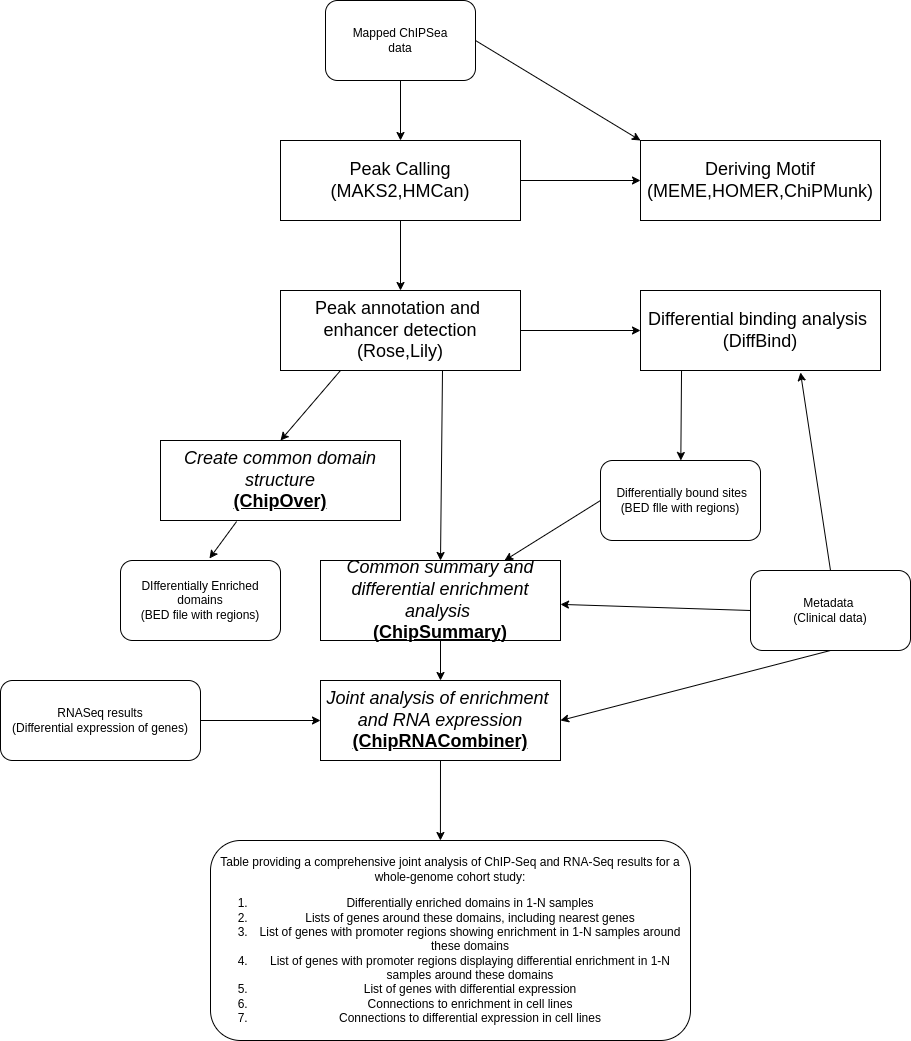
This is img/analysis_graph.png from l0andr/chipover, a draw.io export, as it was before one commit. Source tidied: cells renumbered, new cells last; positions are measured from the earlier drawing's top-left corner, leaving out a move shared by most shapes.
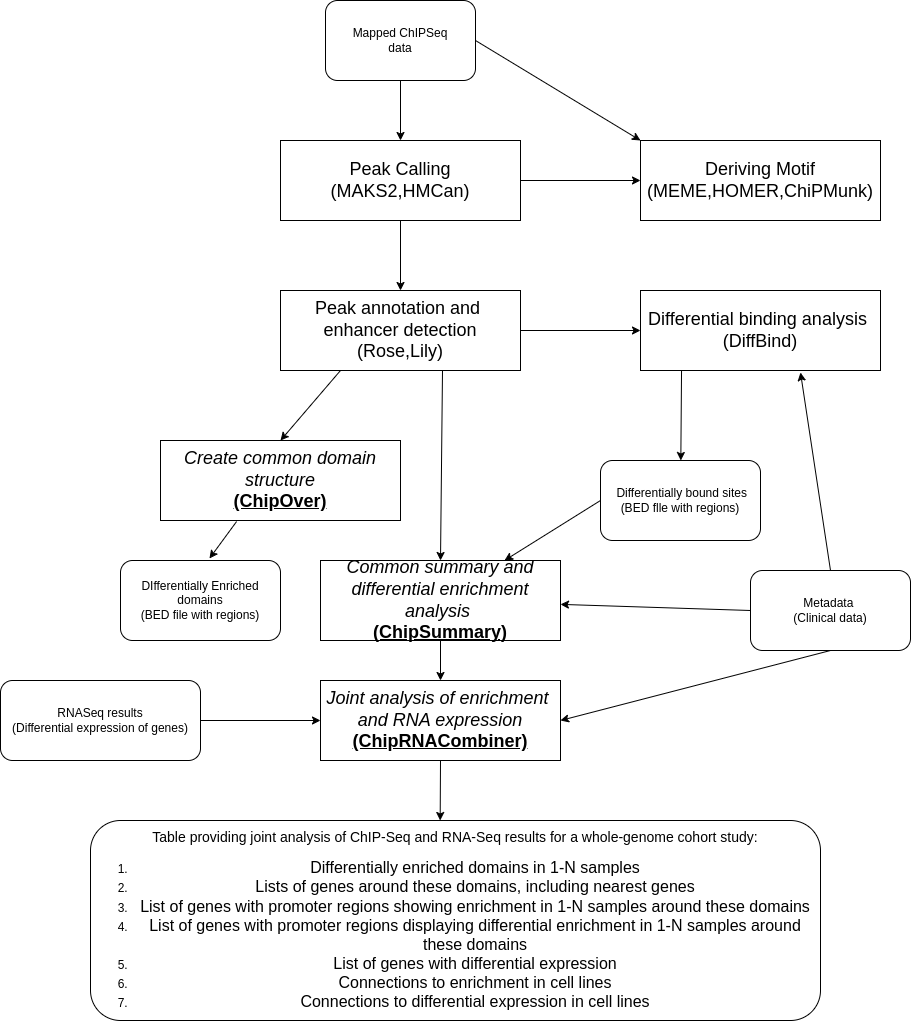
The same file after the commit.

Commit message:
Add analysis graph

Diff of the diagram source:
```diff
@@ -17,7 +17,7 @@
     <mxCell id="6" value="&lt;font style=&quot;font-size: 18px;&quot;&gt;Differential binding analysis&amp;nbsp;&lt;/font&gt;&lt;div&gt;&lt;font style=&quot;font-size: 18px;&quot;&gt;(DiffBind)&lt;/font&gt;&lt;/div&gt;" style="rounded=0;whiteSpace=wrap;html=1;" parent="1" vertex="1">
       <mxGeometry x="640" y="290" width="240" height="80" as="geometry" />
     </mxCell>
-    <mxCell id="7" value="Mapped ChIPSea&lt;div&gt;data&lt;/div&gt;" style="rounded=1;whiteSpace=wrap;html=1;" parent="1" vertex="1">
+    <mxCell id="7" value="Mapped ChIPSeq&lt;div&gt;&lt;div&gt;data&lt;/div&gt;&lt;/div&gt;" style="rounded=1;whiteSpace=wrap;html=1;" parent="1" vertex="1">
       <mxGeometry x="325" width="150" height="80" as="geometry" />
     </mxCell>
     <mxCell id="8" value="&lt;span style=&quot;font-size: 18px;&quot;&gt;Deriving Motif&lt;/span&gt;&lt;div&gt;&lt;span style=&quot;font-size: 18px;&quot;&gt;(MEME,HOMER,ChiPMunk)&lt;/span&gt;&lt;/div&gt;" style="rounded=0;whiteSpace=wrap;html=1;" parent="1" vertex="1">
@@ -82,8 +82,8 @@
     <mxCell id="27" style="endArrow=classic;html=1;rounded=0;exitX=1;exitY=0.5;exitDx=0;exitDy=0;" parent="1" edge="1" source="22" target="23">
       <mxGeometry relative="1" as="geometry" />
     </mxCell>
-    <mxCell id="28" value="&lt;p&gt;Table providing a comprehensive joint analysis of ChIP-Seq and RNA-Seq results for a whole-genome cohort study:&lt;/p&gt;&lt;ol&gt;&lt;li&gt;Differentially enriched domains in 1-N samples&lt;/li&gt;&lt;li&gt;Lists of genes around these domains, including nearest genes&lt;/li&gt;&lt;li&gt;List of genes with promoter regions showing enrichment in 1-N samples around these domains&lt;/li&gt;&lt;li&gt;List of genes with promoter regions displaying differential enrichment in 1-N samples around these domains&lt;/li&gt;&lt;li&gt;List of genes with differential expression&lt;/li&gt;&lt;li&gt;Connections to enrichment in cell lines&lt;/li&gt;&lt;li&gt;Connections to differential expression in cell lines&lt;/li&gt;&lt;/ol&gt;" style="rounded=1;whiteSpace=wrap;html=1;" parent="1" vertex="1">
-      <mxGeometry x="210" y="840" width="480" height="200" as="geometry" />
+    <mxCell id="28" value="&lt;p&gt;&lt;font style=&quot;font-size: 14px;&quot;&gt;Table providing joint analysis of ChIP-Seq and RNA-Seq results&amp;nbsp;&lt;span style=&quot;background-color: initial;&quot;&gt;for a whole-genome cohort study:&lt;/span&gt;&lt;/font&gt;&lt;/p&gt;&lt;ol&gt;&lt;li&gt;&lt;font size=&quot;3&quot;&gt;Differentially enriched domains in 1-N samples&lt;/font&gt;&lt;/li&gt;&lt;li&gt;&lt;font size=&quot;3&quot;&gt;Lists of genes around these domains, including nearest genes&lt;/font&gt;&lt;/li&gt;&lt;li&gt;&lt;font size=&quot;3&quot;&gt;List of genes with promoter regions showing enrichment in 1-N samples around these domains&lt;/font&gt;&lt;/li&gt;&lt;li&gt;&lt;font size=&quot;3&quot;&gt;List of genes with promoter regions displaying differential enrichment in 1-N samples around these domains&lt;/font&gt;&lt;/li&gt;&lt;li&gt;&lt;font size=&quot;3&quot;&gt;List of genes with differential expression&lt;/font&gt;&lt;/li&gt;&lt;li&gt;&lt;font size=&quot;3&quot;&gt;Connections to enrichment in cell lines&lt;/font&gt;&lt;/li&gt;&lt;li&gt;&lt;font size=&quot;3&quot;&gt;Connections to differential expression in cell lines&lt;/font&gt;&lt;/li&gt;&lt;/ol&gt;" style="rounded=1;whiteSpace=wrap;html=1;" parent="1" vertex="1">
+      <mxGeometry x="90" y="820" width="730" height="200" as="geometry" />
     </mxCell>
     <mxCell id="29" style="endArrow=classic;html=1;rounded=0;exitX=0.5;exitY=1;exitDx=0;exitDy=0;entryX=1;entryY=0.5;entryDx=0;entryDy=0;" parent="1" edge="1" source="12" target="23">
       <mxGeometry relative="1" as="geometry" />
```
